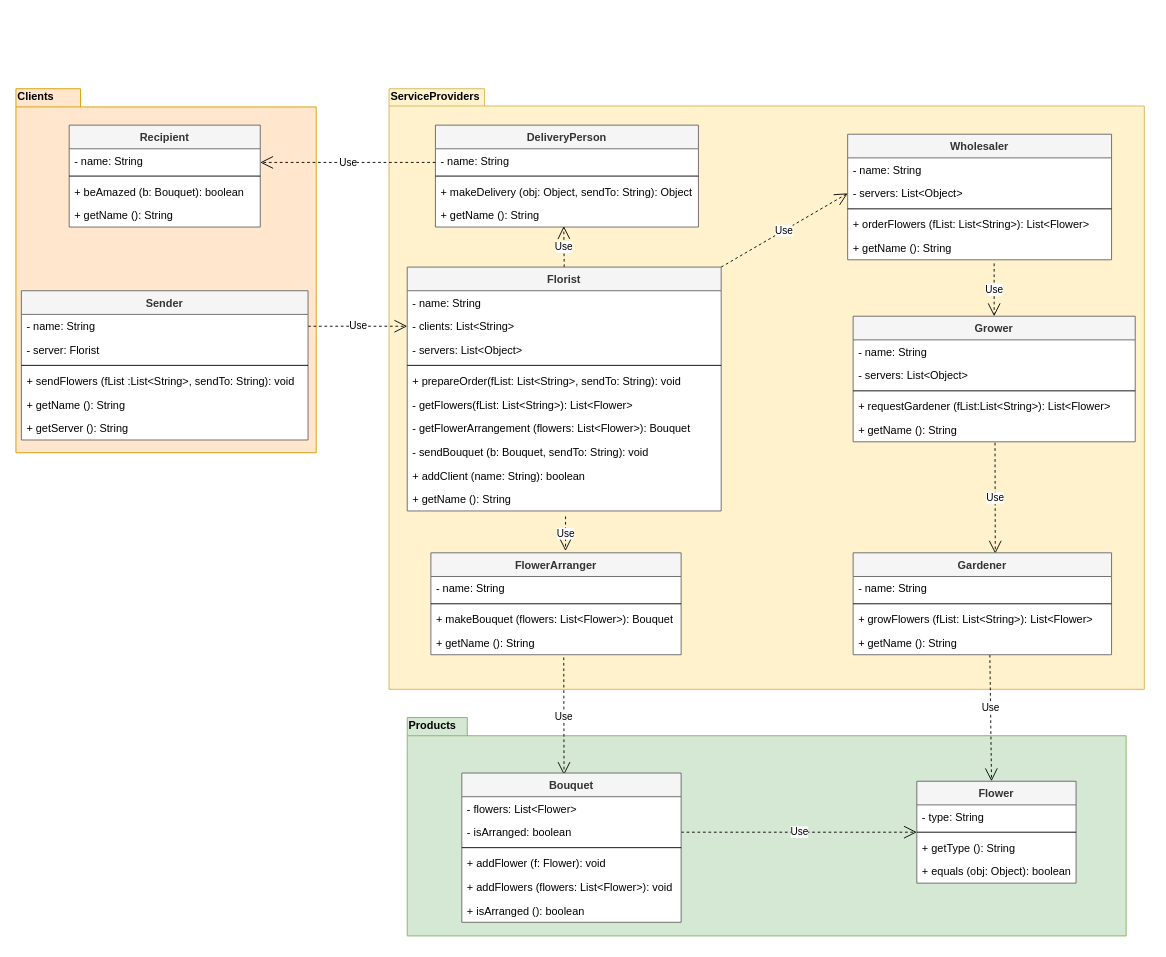
Above: ClassFlowerDeliveryDiagramV2.drawio in EE-OOP/Ex1 (draw.io), before the change. Source tidied: cells renumbered, new cells numbered last; positions are measured from the earlier drawing's top-left corner, leaving out a move shared by most shapes. Both pictures are drawn from the tidied source at 91%, with x=0, y=0 at pixel (15, 88).
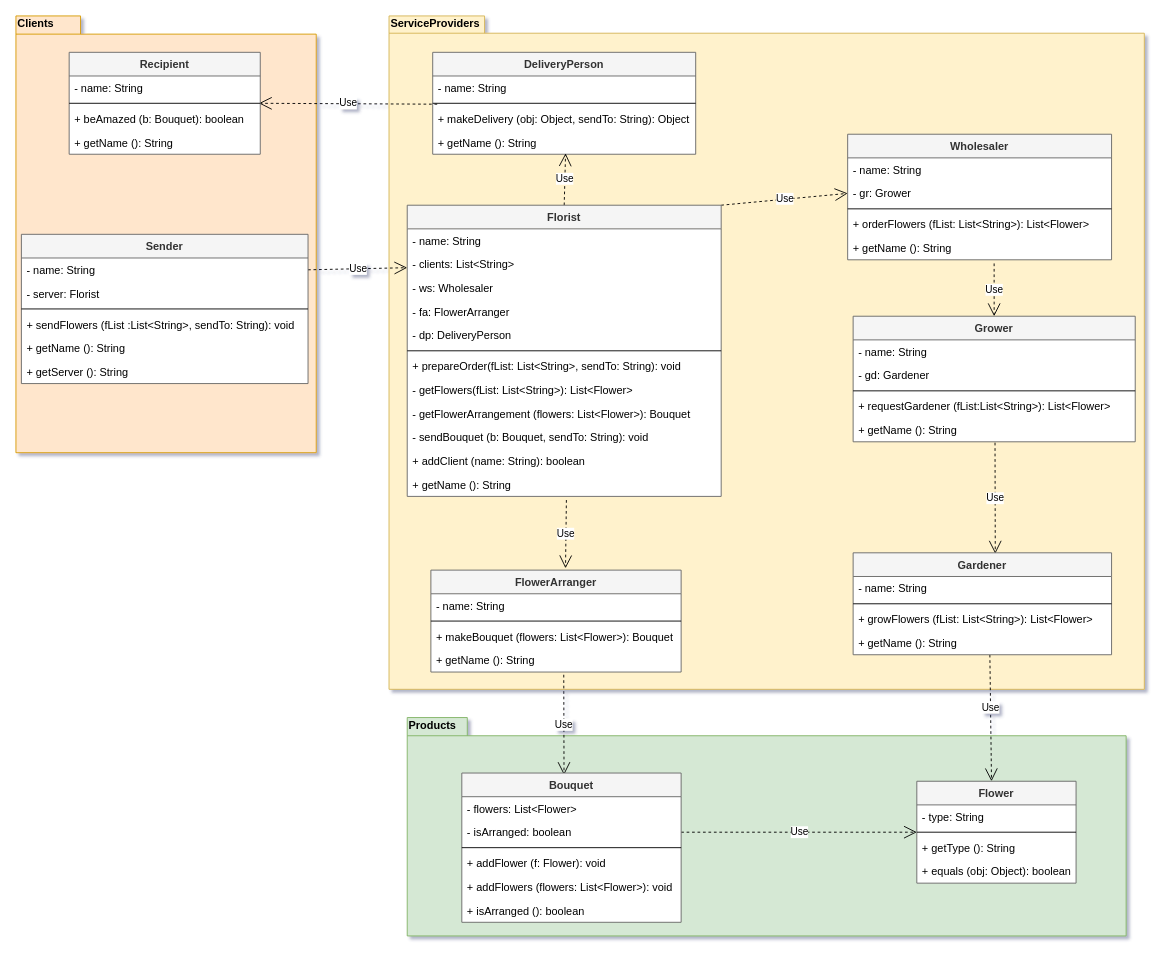
Above is the later version.

Commit message:
Shadows and field fix

The change refers to these unchanged cells:
```xml
<mxCell id="4" value="Wholesaler" style="swimlane;fontStyle=1;align=center;verticalAlign=top;horizontal=1;startSize=26;swimlaneFillColor=#ffffff;fillColor=#f5f5f5;strokeColor=#666666;fontColor=#333333;" parent="1" vertex="1">
  <mxGeometry x="914" y="50" width="290" height="138" as="geometry" />
</mxCell>
<mxCell id="10" value="Grower" style="swimlane;fontStyle=1;align=center;verticalAlign=top;horizontal=1;startSize=26;swimlaneFillColor=#ffffff;fillColor=#f5f5f5;strokeColor=#666666;fontColor=#333333;" parent="1" vertex="1">
  <mxGeometry x="920" y="250" width="310" height="138" as="geometry" />
</mxCell>
<mxCell id="18" style="line;strokeWidth=1;fillColor=none;align=left;verticalAlign=middle;spacingTop=-1;spacingLeft=3;spacingRight=3;labelPosition=right;points=[];portConstraint=eastwest;" parent="16" vertex="1">
  <mxGeometry y="52" width="289" height="8" as="geometry" />
</mxCell>
<mxCell id="20" value="+ getName (): String" style="text;strokeColor=none;fillColor=none;align=left;verticalAlign=top;spacingLeft=4;spacingRight=4;overflow=hidden;points=[[0,0.5],[1,0.5]];portConstraint=eastwest;" parent="16" vertex="1">
  <mxGeometry y="86" width="289" height="26" as="geometry" />
</mxCell>
<mxCell id="34" style="line;strokeWidth=1;fillColor=none;align=left;verticalAlign=middle;spacingTop=-1;spacingLeft=3;spacingRight=3;labelPosition=right;points=[];portConstraint=eastwest;" parent="32" vertex="1">
  <mxGeometry y="52" width="210" height="8" as="geometry" />
</mxCell>
<mxCell id="39" value="- clients: List&lt;String&gt;" style="text;strokeColor=none;fillColor=none;align=left;verticalAlign=top;spacingLeft=4;spacingRight=4;overflow=hidden;points=[[0,0.5],[1,0.5]];portConstraint=eastwest;" parent="37" vertex="1">
  <mxGeometry y="52" width="345" height="26" as="geometry" />
</mxCell>
<mxCell id="49" value="- name: String" style="text;strokeColor=none;fillColor=none;align=left;verticalAlign=top;spacingLeft=4;spacingRight=4;overflow=hidden;points=[[0,0.5],[1,0.5]];portConstraint=eastwest;" parent="48" vertex="1">
  <mxGeometry y="26" width="315" height="26" as="geometry" />
</mxCell>
```

The edit, as a diff of the source:
```diff
@@
-<mxGraphModel>
+<mxGraphModel shadow="1">
@@
     <mxCell id="2" value="ServiceProviders" style="shape=folder;fontStyle=1;spacingTop=-5;tabWidth=105;tabHeight=19;tabPosition=left;html=1;align=left;verticalAlign=top;fillColor=#fff2cc;strokeColor=#d6b656;" parent="1" vertex="1">
-      <mxGeometry x="410" width="830" height="660" as="geometry" />
+      <mxGeometry x="410" y="-80" width="830" height="740" as="geometry" />
     </mxCell>
     <mxCell id="3" value="Clients" style="shape=folder;fontStyle=1;spacingTop=-5;tabWidth=71;tabHeight=20;tabPosition=left;html=1;align=left;verticalAlign=top;fillColor=#ffe6cc;strokeColor=#d79b00;" parent="1" vertex="1">
-      <mxGeometry width="330" height="400" as="geometry" />
+      <mxGeometry y="-80" width="330" height="480" as="geometry" />
     </mxCell>
@@
-    <mxCell id="6" value="- servers: List&lt;Object&gt;" style="text;strokeColor=none;fillColor=none;align=left;verticalAlign=top;spacingLeft=4;spacingRight=4;overflow=hidden;points=[[0,0.5],[1,0.5]];portConstraint=eastwest;" parent="4" vertex="1">
+    <mxCell id="6" value="- gr: Grower" style="text;strokeColor=none;fillColor=none;align=left;verticalAlign=top;spacingLeft=4;spacingRight=4;overflow=hidden;points=[[0,0.5],[1,0.5]];portConstraint=eastwest;" parent="4" vertex="1">
       <mxGeometry y="52" width="290" height="26" as="geometry" />
     </mxCell>
@@
-    <mxCell id="12" value="- servers: List&lt;Object&gt;" style="text;strokeColor=none;fillColor=none;align=left;verticalAlign=top;spacingLeft=4;spacingRight=4;overflow=hidden;" parent="10" vertex="1">
+    <mxCell id="12" value="- gd: Gardener" style="text;strokeColor=none;fillColor=none;align=left;verticalAlign=top;spacingLeft=4;spacingRight=4;overflow=hidden;" parent="10" vertex="1">
       <mxGeometry y="52" width="310" height="26" as="geometry" />
     </mxCell>
@@
     <mxCell id="16" value="DeliveryPerson" style="swimlane;fontStyle=1;align=center;verticalAlign=top;horizontal=1;startSize=26;swimlaneFillColor=#ffffff;fillColor=#f5f5f5;strokeColor=#666666;fontColor=#333333;" parent="1" vertex="1">
-      <mxGeometry x="461" y="40" width="289" height="112" as="geometry" />
+      <mxGeometry x="458" y="-40" width="289" height="112" as="geometry" />
     </mxCell>
@@
-    <mxCell id="25" value="Use" style="endArrow=open;endSize=12;dashed=1;html=1;entryX=0.538;entryY=-0.018;entryDx=0;entryDy=0;entryPerimeter=0;" parent="1" edge="1" target="67">
-      <mxGeometry relative="1" as="geometry">
-        <mxPoint x="604" y="470" as="sourcePoint" />
-      </mxGeometry>
+    <mxCell id="25" value="Use" style="endArrow=open;endSize=12;dashed=1;html=1;entryX=0.538;entryY=-0.018;entryDx=0;entryDy=0;entryPerimeter=0;exitX=0.507;exitY=1.154;exitDx=0;exitDy=0;exitPerimeter=0;" parent="1" edge="1" source="47" target="67">
+      <mxGeometry relative="1" as="geometry" />
     </mxCell>
-    <mxCell id="26" value="Use" style="endArrow=open;endSize=12;dashed=1;html=1;exitX=0.5;exitY=0;exitDx=0;exitDy=0;entryX=0.488;entryY=0.962;entryDx=0;entryDy=0;entryPerimeter=0;" parent="1" edge="1" source="37" target="20">
-      <mxGeometry relative="1" as="geometry" />
+    <mxCell id="26" value="Use" style="endArrow=open;endSize=12;dashed=1;html=1;exitX=0.5;exitY=0;exitDx=0;exitDy=0;" parent="1" edge="1" source="37">
+      <mxGeometry relative="1" as="geometry">
+        <mxPoint x="604" y="71" as="targetPoint" />
+      </mxGeometry>
     </mxCell>
@@
-    <mxCell id="29" value="Use" style="endArrow=open;endSize=12;dashed=1;html=1;entryX=0;entryY=0.5;entryDx=0;entryDy=0;exitX=1;exitY=0.5;exitDx=0;exitDy=0;" parent="1" edge="1" source="49" target="39">
+    <mxCell id="29" value="Use" style="endArrow=open;endSize=12;dashed=1;html=1;exitX=1;exitY=0.5;exitDx=0;exitDy=0;" parent="1" edge="1" source="49" target="39">
       <mxGeometry relative="1" as="geometry" />
     </mxCell>
-    <mxCell id="30" value="Use" style="endArrow=open;endSize=12;dashed=1;html=1;entryX=1;entryY=0.5;entryDx=0;entryDy=0;exitX=0;exitY=0.5;exitDx=0;exitDy=0;" parent="1" edge="1">
-      <mxGeometry relative="1" as="geometry">
-        <mxPoint x="461" y="81" as="sourcePoint" />
-        <mxPoint x="268.5" y="81" as="targetPoint" />
-      </mxGeometry>
+    <mxCell id="30" value="Use" style="endArrow=open;endSize=12;dashed=1;html=1;entryX=0.993;entryY=0.5;entryDx=0;entryDy=0;exitX=0.017;exitY=0.625;exitDx=0;exitDy=0;entryPerimeter=0;exitPerimeter=0;" parent="1" edge="1" source="18" target="34">
+      <mxGeometry relative="1" as="geometry" />
     </mxCell>
@@
     <mxCell id="32" value="Recipient" style="swimlane;fontStyle=1;align=center;verticalAlign=top;horizontal=1;startSize=26;swimlaneFillColor=#ffffff;fillColor=#f5f5f5;strokeColor=#666666;fontColor=#333333;" parent="1" vertex="1">
-      <mxGeometry x="58.5" y="40" width="210" height="112" as="geometry" />
+      <mxGeometry x="58.5" y="-40" width="210" height="112" as="geometry" />
     </mxCell>
@@
     <mxCell id="37" value="Florist" style="swimlane;fontStyle=1;align=center;verticalAlign=top;horizontal=1;startSize=26;swimlaneFillColor=#ffffff;fillColor=#f5f5f5;strokeColor=#666666;fontColor=#333333;" parent="1" vertex="1">
-      <mxGeometry x="430" y="196" width="345" height="268" as="geometry" />
+      <mxGeometry x="430" y="128" width="345" height="320" as="geometry" />
     </mxCell>
@@
-    <mxCell id="40" value="- servers: List&lt;Object&gt;" style="text;strokeColor=none;fillColor=none;align=left;verticalAlign=top;spacingLeft=4;spacingRight=4;overflow=hidden;" parent="37" vertex="1">
+    <mxCell id="40" value="- ws: Wholesaler" style="text;strokeColor=none;fillColor=none;align=left;verticalAlign=top;spacingLeft=4;spacingRight=4;overflow=hidden;" parent="37" vertex="1">
       <mxGeometry y="78" width="345" height="26" as="geometry" />
     </mxCell>
+    <mxCell id="77" value="- fa: FlowerArranger" style="text;strokeColor=none;fillColor=none;align=left;verticalAlign=top;spacingLeft=4;spacingRight=4;overflow=hidden;" parent="37" vertex="1">
+      <mxGeometry y="104" width="345" height="26" as="geometry" />
+    </mxCell>
+    <mxCell id="78" value="- dp: DeliveryPerson" style="text;strokeColor=none;fillColor=none;align=left;verticalAlign=top;spacingLeft=4;spacingRight=4;overflow=hidden;" parent="37" vertex="1">
+      <mxGeometry y="130" width="345" height="26" as="geometry" />
+    </mxCell>
     <mxCell id="41" style="line;strokeWidth=1;fillColor=none;align=left;verticalAlign=middle;spacingTop=-1;spacingLeft=3;spacingRight=3;labelPosition=right;" parent="37" vertex="1">
-      <mxGeometry y="104" width="345" height="8" as="geometry" />
+      <mxGeometry y="156" width="345" height="8" as="geometry" />
     </mxCell>
     <mxCell id="42" value="+ prepareOrder(fList: List&lt;String&gt;, sendTo: String): void" style="text;strokeColor=none;fillColor=none;align=left;verticalAlign=top;spacingLeft=4;spacingRight=4;overflow=hidden;" parent="37" vertex="1">
-      <mxGeometry y="112" width="345" height="26" as="geometry" />
+      <mxGeometry y="164" width="345" height="26" as="geometry" />
     </mxCell>
     <mxCell id="43" value="- getFlowers(fList: List&lt;String&gt;): List&lt;Flower&gt;" style="text;strokeColor=none;fillColor=none;align=left;verticalAlign=top;spacingLeft=4;spacingRight=4;overflow=hidden;" parent="37" vertex="1">
-      <mxGeometry y="138" width="345" height="26" as="geometry" />
+      <mxGeometry y="190" width="345" height="26" as="geometry" />
     </mxCell>
     <mxCell id="44" value="- getFlowerArrangement (flowers: List&lt;Flower&gt;): Bouquet" style="text;strokeColor=none;fillColor=none;align=left;verticalAlign=top;spacingLeft=4;spacingRight=4;overflow=hidden;" parent="37" vertex="1">
-      <mxGeometry y="164" width="345" height="26" as="geometry" />
+      <mxGeometry y="216" width="345" height="26" as="geometry" />
     </mxCell>
     <mxCell id="45" value="- sendBouquet (b: Bouquet, sendTo: String): void" style="text;strokeColor=none;fillColor=none;align=left;verticalAlign=top;spacingLeft=4;spacingRight=4;overflow=hidden;" parent="37" vertex="1">
-      <mxGeometry y="190" width="345" height="26" as="geometry" />
+      <mxGeometry y="242" width="345" height="26" as="geometry" />
     </mxCell>
     <mxCell id="46" value="+ addClient (name: String): boolean" style="text;strokeColor=none;fillColor=none;align=left;verticalAlign=top;spacingLeft=4;spacingRight=4;overflow=hidden;" parent="37" vertex="1">
-      <mxGeometry y="216" width="345" height="26" as="geometry" />
+      <mxGeometry y="268" width="345" height="26" as="geometry" />
     </mxCell>
     <mxCell id="47" value="+ getName (): String" style="text;strokeColor=none;fillColor=none;align=left;verticalAlign=top;spacingLeft=4;spacingRight=4;overflow=hidden;points=[[0,0.5],[1,0.5]];portConstraint=eastwest;" parent="37" vertex="1">
-      <mxGeometry y="242" width="345" height="26" as="geometry" />
+      <mxGeometry y="294" width="345" height="26" as="geometry" />
     </mxCell>
     <mxCell id="48" value="Sender" style="swimlane;fontStyle=1;align=center;verticalAlign=top;horizontal=1;startSize=26;swimlaneFillColor=#ffffff;fillColor=#f5f5f5;strokeColor=#666666;fontColor=#333333;" parent="1" vertex="1">
-      <mxGeometry x="6" y="222" width="315" height="164" as="geometry" />
+      <mxGeometry x="6" y="160" width="315" height="164" as="geometry" />
     </mxCell>
@@
     <mxCell id="67" value="FlowerArranger" style="swimlane;fontStyle=1;align=center;verticalAlign=top;horizontal=1;startSize=26;swimlaneFillColor=#ffffff;fillColor=#f5f5f5;strokeColor=#666666;fontColor=#333333;" parent="1" vertex="1">
-      <mxGeometry x="456" y="510" width="275" height="112" as="geometry" />
+      <mxGeometry x="456" y="529" width="275" height="112" as="geometry" />
     </mxCell>
```
